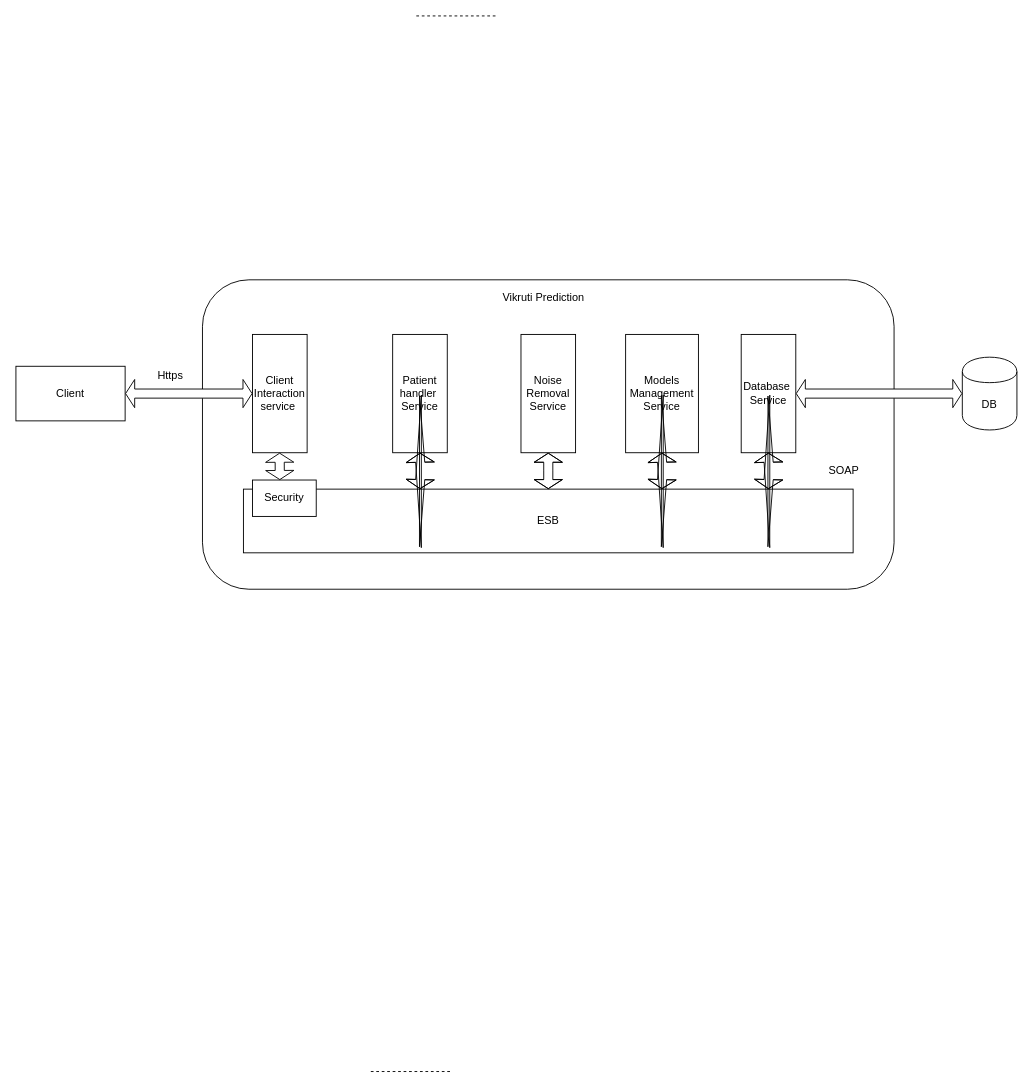
The draw.io diagram nadi.drawio in MohitBurkule/nadi, before the edit. Source tidied: cells renumbered, new cells numbered last; positions are measured from the earlier drawing's top-left corner, leaving out a move shared by most shapes. Both pictures are drawn from the tidied source at 91%, with x=0, y=0 at pixel (15, 15).
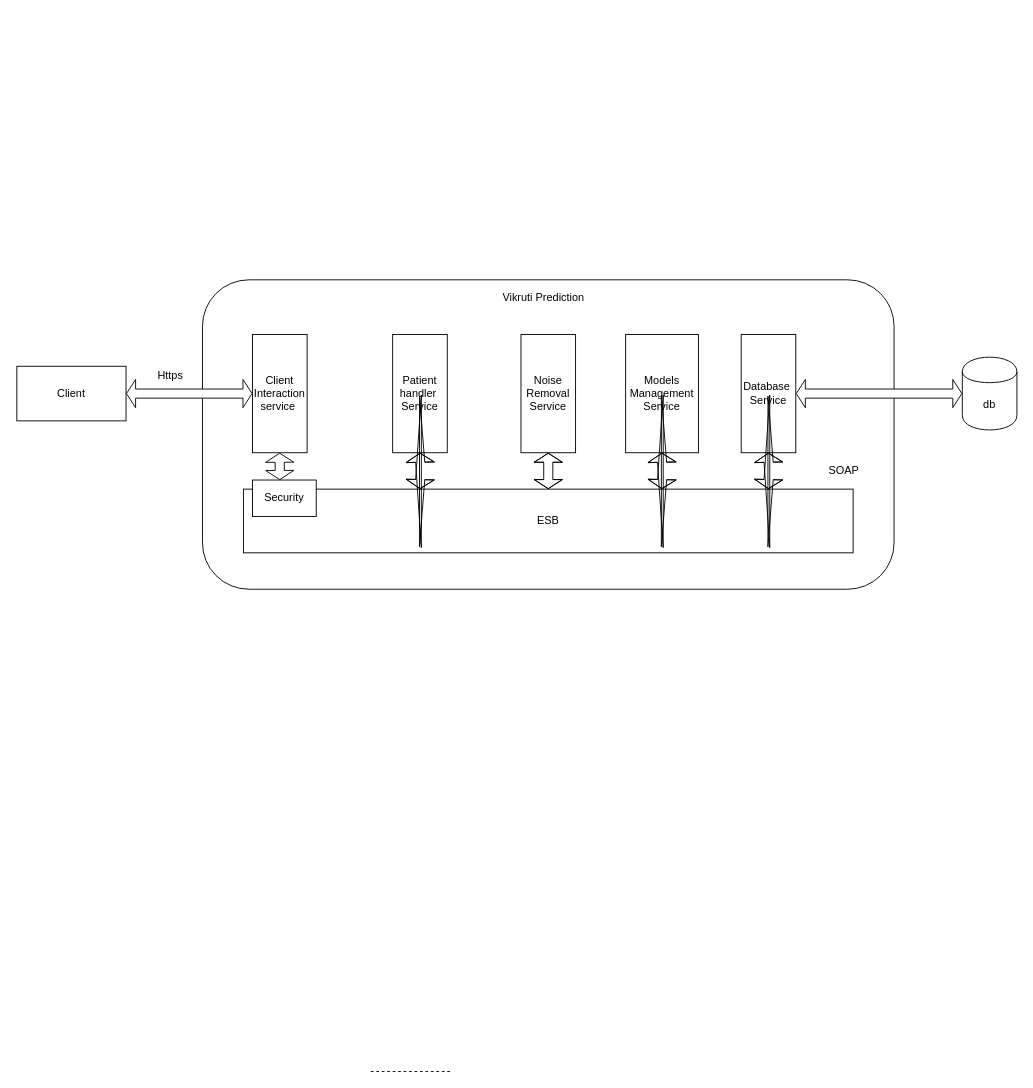
After the change.

Diff of the diagram source:
```diff
@@
     <mxCell id="3" value="Client" style="rounded=0;whiteSpace=wrap;html=1;" parent="1" vertex="1">
-      <mxGeometry y="385" width="120" height="60" as="geometry" />
+      <mxGeometry x="1" y="385" width="120" height="60" as="geometry" />
     </mxCell>
-    <mxCell id="4" value="DB" style="shape=cylinder;whiteSpace=wrap;html=1;boundedLbl=1;backgroundOutline=1;" parent="1" vertex="1">
+    <mxCell id="4" value="db" style="shape=cylinder;whiteSpace=wrap;html=1;boundedLbl=1;backgroundOutline=1;" parent="1" vertex="1">
       <mxGeometry x="1040" y="375" width="60" height="80" as="geometry" />
     </mxCell>
@@
-    <mxCell id="21" style="endArrow=none;dashed=1;html=1;strokeColor=#000000;fillColor=#ffffff;fontSize=5;" parent="1" edge="1">
-      <mxGeometry relative="1" as="geometry">
-        <mxPoint x="440" as="sourcePoint" />
-        <mxPoint x="530" as="targetPoint" />
-      </mxGeometry>
-    </mxCell>
```
